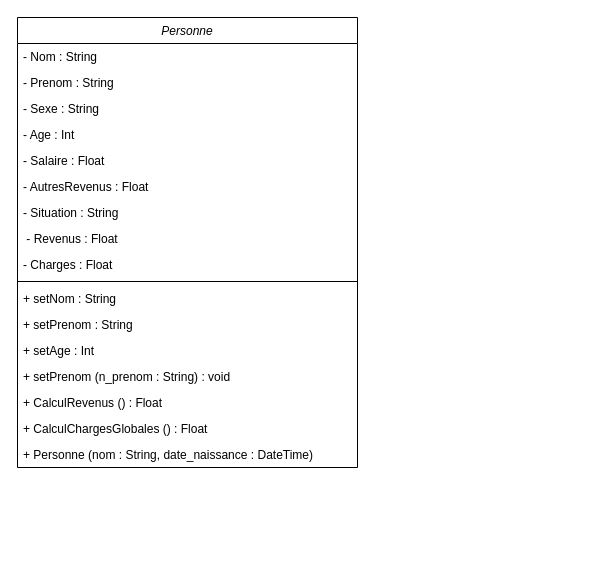
Earlier version of the draw.io diagram TP2/TP_2_UML_Exercice_1.drawio (Mzk-Ali/EXO_M2I_UML). Source tidied: cells renumbered, new cells numbered last; positions are measured from the earlier drawing's top-left corner, leaving out a move shared by most shapes. Both pictures are drawn from the tidied source at 100%, with x=0, y=0 at pixel (17, 17).
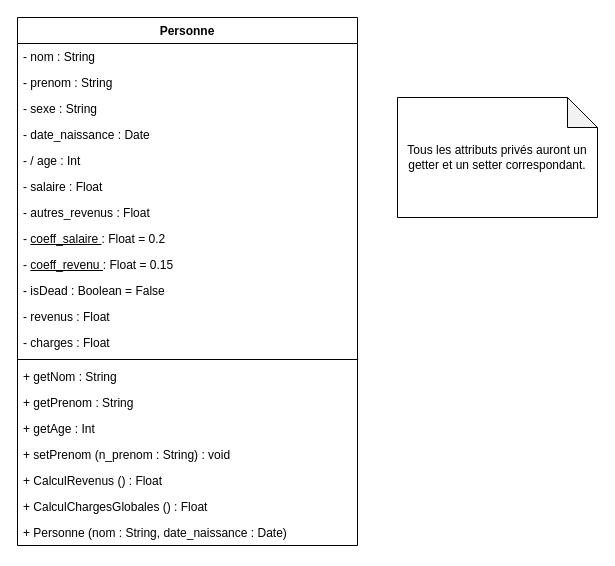
The same page after the edit.

Commit message (it also covers changes not shown here):
Mettre à jour TP_2_UML_Exercice_1.drawio

Diff of the diagram source:
```diff
@@
-    <mxCell id="2" value="Personne" style="swimlane;fontStyle=2;align=center;verticalAlign=top;horizontal=1;startSize=26;rounded=0;shadow=0;strokeWidth=1;" parent="1" vertex="1">
-      <mxGeometry width="340" height="450" as="geometry" />
+    <mxCell id="2" value="Personne" style="swimlane;fontStyle=1;align=center;verticalAlign=top;horizontal=1;startSize=26;rounded=0;shadow=0;strokeWidth=1;" parent="1" vertex="1">
+      <mxGeometry width="340" height="528" as="geometry" />
     </mxCell>
-    <mxCell id="3" value="- Nom : String" style="text;align=left;verticalAlign=top;spacingLeft=4;spacingRight=4;overflow=hidden;" parent="2" vertex="1">
+    <mxCell id="3" value="- nom : String" style="text;align=left;verticalAlign=top;spacingLeft=4;spacingRight=4;overflow=hidden;" parent="2" vertex="1">
       <mxGeometry y="26" width="340" height="26" as="geometry" />
     </mxCell>
-    <mxCell id="4" value="- Prenom : String" style="text;align=left;verticalAlign=top;spacingLeft=4;spacingRight=4;overflow=hidden;rounded=0;shadow=0;html=0;" parent="2" vertex="1">
+    <mxCell id="4" value="- prenom : String" style="text;align=left;verticalAlign=top;spacingLeft=4;spacingRight=4;overflow=hidden;rounded=0;shadow=0;html=0;" parent="2" vertex="1">
       <mxGeometry y="52" width="340" height="26" as="geometry" />
     </mxCell>
-    <mxCell id="5" value="- Sexe : String" style="text;align=left;verticalAlign=top;spacingLeft=4;spacingRight=4;overflow=hidden;rounded=0;shadow=0;html=0;" parent="2" vertex="1">
+    <mxCell id="5" value="- sexe : String" style="text;align=left;verticalAlign=top;spacingLeft=4;spacingRight=4;overflow=hidden;rounded=0;shadow=0;html=0;" parent="2" vertex="1">
       <mxGeometry y="78" width="340" height="26" as="geometry" />
     </mxCell>
+    <mxCell id="20" value="- date_naissance : Date" style="text;align=left;verticalAlign=top;spacingLeft=4;spacingRight=4;overflow=hidden;rounded=0;shadow=0;html=0;" parent="2" vertex="1">
+      <mxGeometry y="104" width="340" height="26" as="geometry" />
+    </mxCell>
-    <mxCell id="6" value="- Age : Int" style="text;align=left;verticalAlign=top;spacingLeft=4;spacingRight=4;overflow=hidden;rounded=0;shadow=0;html=0;" parent="2" vertex="1">
-      <mxGeometry y="104" width="340" height="26" as="geometry" />
+    <mxCell id="6" value="- / age : Int" style="text;align=left;verticalAlign=top;spacingLeft=4;spacingRight=4;overflow=hidden;rounded=0;shadow=0;html=0;" parent="2" vertex="1">
+      <mxGeometry y="130" width="340" height="26" as="geometry" />
     </mxCell>
-    <mxCell id="7" value="- Salaire : Float" style="text;align=left;verticalAlign=top;spacingLeft=4;spacingRight=4;overflow=hidden;rounded=0;shadow=0;html=0;" parent="2" vertex="1">
-      <mxGeometry y="130" width="340" height="26" as="geometry" />
+    <mxCell id="7" value="- salaire : Float" style="text;align=left;verticalAlign=top;spacingLeft=4;spacingRight=4;overflow=hidden;rounded=0;shadow=0;html=0;" parent="2" vertex="1">
+      <mxGeometry y="156" width="340" height="26" as="geometry" />
     </mxCell>
-    <mxCell id="8" value="- AutresRevenus : Float" style="text;align=left;verticalAlign=top;spacingLeft=4;spacingRight=4;overflow=hidden;rounded=0;shadow=0;html=0;" parent="2" vertex="1">
-      <mxGeometry y="156" width="340" height="26" as="geometry" />
+    <mxCell id="8" value="- autres_revenus : Float" style="text;align=left;verticalAlign=top;spacingLeft=4;spacingRight=4;overflow=hidden;rounded=0;shadow=0;html=0;" parent="2" vertex="1">
+      <mxGeometry y="182" width="340" height="26" as="geometry" />
     </mxCell>
+    <mxCell id="21" value="- &lt;u&gt;coeff_salaire &lt;/u&gt;: Float = 0.2" style="text;align=left;verticalAlign=top;spacingLeft=4;spacingRight=4;overflow=hidden;rounded=0;shadow=0;html=1;fontStyle=0;" parent="2" vertex="1">
+      <mxGeometry y="208" width="340" height="26" as="geometry" />
+    </mxCell>
+    <mxCell id="22" value="- &lt;u&gt;coeff_revenu &lt;/u&gt;: Float = 0.15" style="text;align=left;verticalAlign=top;spacingLeft=4;spacingRight=4;overflow=hidden;rounded=0;shadow=0;html=1;fontStyle=0;" parent="2" vertex="1">
+      <mxGeometry y="234" width="340" height="26" as="geometry" />
+    </mxCell>
-    <mxCell id="9" value="- Situation : String" style="text;align=left;verticalAlign=top;spacingLeft=4;spacingRight=4;overflow=hidden;rounded=0;shadow=0;html=0;" parent="2" vertex="1">
-      <mxGeometry y="182" width="340" height="26" as="geometry" />
+    <mxCell id="9" value="- isDead : Boolean = False" style="text;align=left;verticalAlign=top;spacingLeft=4;spacingRight=4;overflow=hidden;rounded=0;shadow=0;html=0;" parent="2" vertex="1">
+      <mxGeometry y="260" width="340" height="26" as="geometry" />
     </mxCell>
-    <mxCell id="10" value=" - Revenus : Float" style="text;align=left;verticalAlign=top;spacingLeft=4;spacingRight=4;overflow=hidden;rounded=0;shadow=0;html=0;" parent="2" vertex="1">
-      <mxGeometry y="208" width="340" height="26" as="geometry" />
+    <mxCell id="10" value="- revenus : Float" style="text;align=left;verticalAlign=top;spacingLeft=4;spacingRight=4;overflow=hidden;rounded=0;shadow=0;html=0;" parent="2" vertex="1">
+      <mxGeometry y="286" width="340" height="26" as="geometry" />
     </mxCell>
-    <mxCell id="11" value="- Charges : Float" style="text;align=left;verticalAlign=top;spacingLeft=4;spacingRight=4;overflow=hidden;rounded=0;shadow=0;html=0;" parent="2" vertex="1">
-      <mxGeometry y="234" width="340" height="26" as="geometry" />
+    <mxCell id="11" value="- charges : Float" style="text;align=left;verticalAlign=top;spacingLeft=4;spacingRight=4;overflow=hidden;rounded=0;shadow=0;html=0;" parent="2" vertex="1">
+      <mxGeometry y="312" width="340" height="26" as="geometry" />
     </mxCell>
     <mxCell id="12" style="line;html=1;strokeWidth=1;align=left;verticalAlign=middle;spacingTop=-1;spacingLeft=3;spacingRight=3;labelPosition=right;" parent="2" vertex="1">
-      <mxGeometry y="260" width="340" height="8" as="geometry" />
+      <mxGeometry y="338" width="340" height="8" as="geometry" />
     </mxCell>
-    <mxCell id="13" value="+ setNom : String  " style="text;align=left;verticalAlign=top;spacingLeft=4;spacingRight=4;overflow=hidden;" parent="2" vertex="1">
-      <mxGeometry y="268" width="340" height="26" as="geometry" />
+    <mxCell id="13" value="+ getNom : String  " style="text;align=left;verticalAlign=top;spacingLeft=4;spacingRight=4;overflow=hidden;" parent="2" vertex="1">
+      <mxGeometry y="346" width="340" height="26" as="geometry" />
     </mxCell>
-    <mxCell id="14" value="+ setPrenom : String" style="text;align=left;verticalAlign=top;spacingLeft=4;spacingRight=4;overflow=hidden;" parent="2" vertex="1">
-      <mxGeometry y="294" width="340" height="26" as="geometry" />
+    <mxCell id="14" value="+ getPrenom : String" style="text;align=left;verticalAlign=top;spacingLeft=4;spacingRight=4;overflow=hidden;" parent="2" vertex="1">
+      <mxGeometry y="372" width="340" height="26" as="geometry" />
     </mxCell>
-    <mxCell id="15" value="+ setAge : Int" style="text;align=left;verticalAlign=top;spacingLeft=4;spacingRight=4;overflow=hidden;" parent="2" vertex="1">
-      <mxGeometry y="320" width="340" height="26" as="geometry" />
+    <mxCell id="15" value="+ getAge : Int" style="text;align=left;verticalAlign=top;spacingLeft=4;spacingRight=4;overflow=hidden;" parent="2" vertex="1">
+      <mxGeometry y="398" width="340" height="26" as="geometry" />
     </mxCell>
     <mxCell id="16" value="+ setPrenom (n_prenom : String) : void" style="text;align=left;verticalAlign=top;spacingLeft=4;spacingRight=4;overflow=hidden;" parent="2" vertex="1">
-      <mxGeometry y="346" width="340" height="26" as="geometry" />
+      <mxGeometry y="424" width="340" height="26" as="geometry" />
     </mxCell>
     <mxCell id="17" value="+ CalculRevenus () : Float" style="text;align=left;verticalAlign=top;spacingLeft=4;spacingRight=4;overflow=hidden;" parent="2" vertex="1">
-      <mxGeometry y="372" width="340" height="26" as="geometry" />
+      <mxGeometry y="450" width="340" height="26" as="geometry" />
     </mxCell>
     <mxCell id="18" value="+ CalculChargesGlobales () : Float" style="text;align=left;verticalAlign=top;spacingLeft=4;spacingRight=4;overflow=hidden;" parent="2" vertex="1">
-      <mxGeometry y="398" width="340" height="26" as="geometry" />
+      <mxGeometry y="476" width="340" height="26" as="geometry" />
     </mxCell>
-    <mxCell id="19" value="+ Personne (nom : String, date_naissance : DateTime)" style="text;align=left;verticalAlign=top;spacingLeft=4;spacingRight=4;overflow=hidden;" parent="2" vertex="1">
-      <mxGeometry y="424" width="340" height="26" as="geometry" />
+    <mxCell id="19" value="+ Personne (nom : String, date_naissance : Date)" style="text;align=left;verticalAlign=top;spacingLeft=4;spacingRight=4;overflow=hidden;" parent="2" vertex="1">
+      <mxGeometry y="502" width="340" height="26" as="geometry" />
     </mxCell>
+    <mxCell id="23" value="Tous les attributs privés auront un getter et un setter correspondant." style="shape=note;whiteSpace=wrap;html=1;backgroundOutline=1;darkOpacity=0.05;" parent="1" vertex="1">
+      <mxGeometry x="380" y="80" width="200" height="120" as="geometry" />
+    </mxCell>
```
